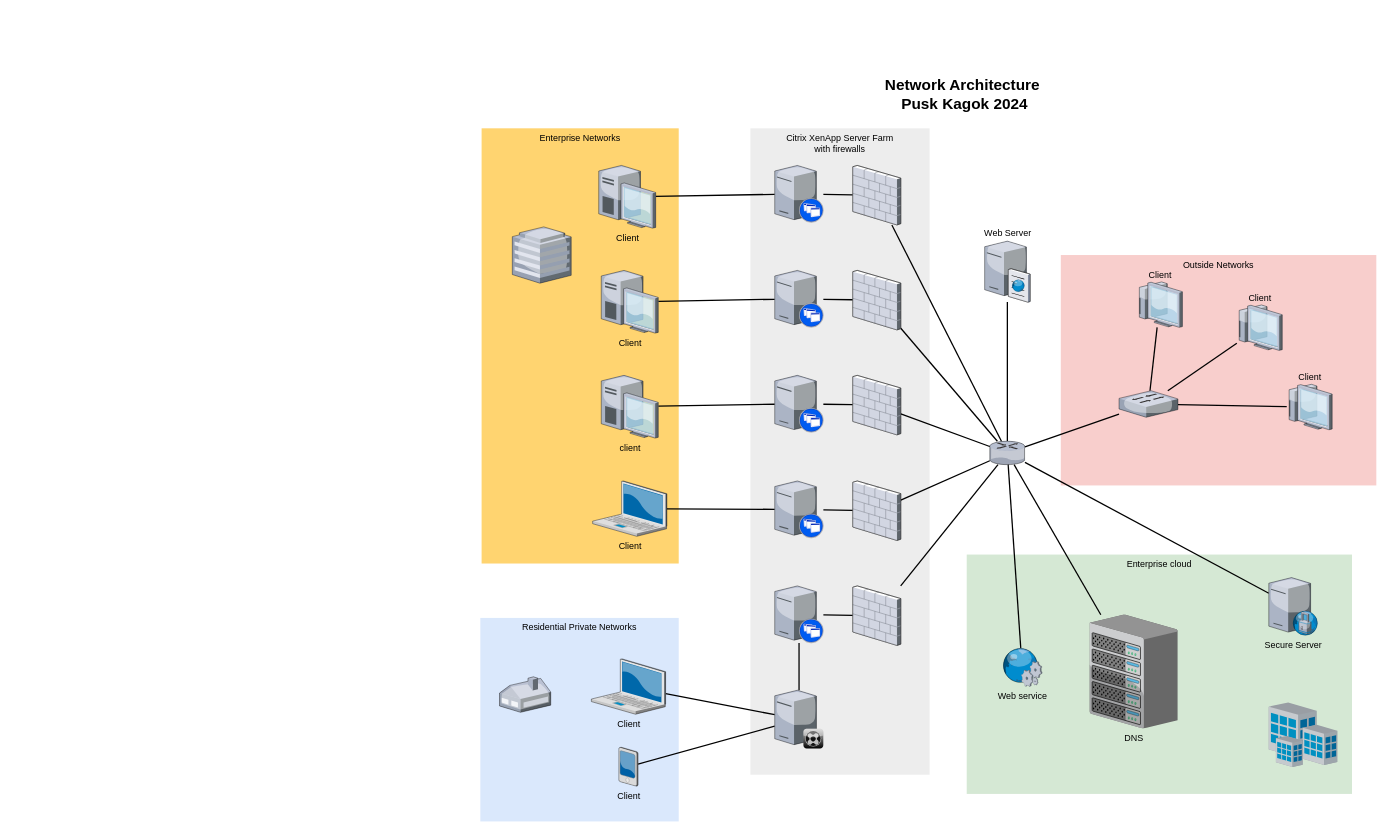
Above: Untitled Diagram.drawio in dindahusnaa/DindaHusnaa (draw.io), before the change. Source tidied: cells renumbered, new cells numbered last; positions are measured from the earlier drawing's top-left corner, leaving out a move shared by most shapes. Both pictures are drawn from the tidied source at 64%, with x=0, y=0 at pixel (480, 78).
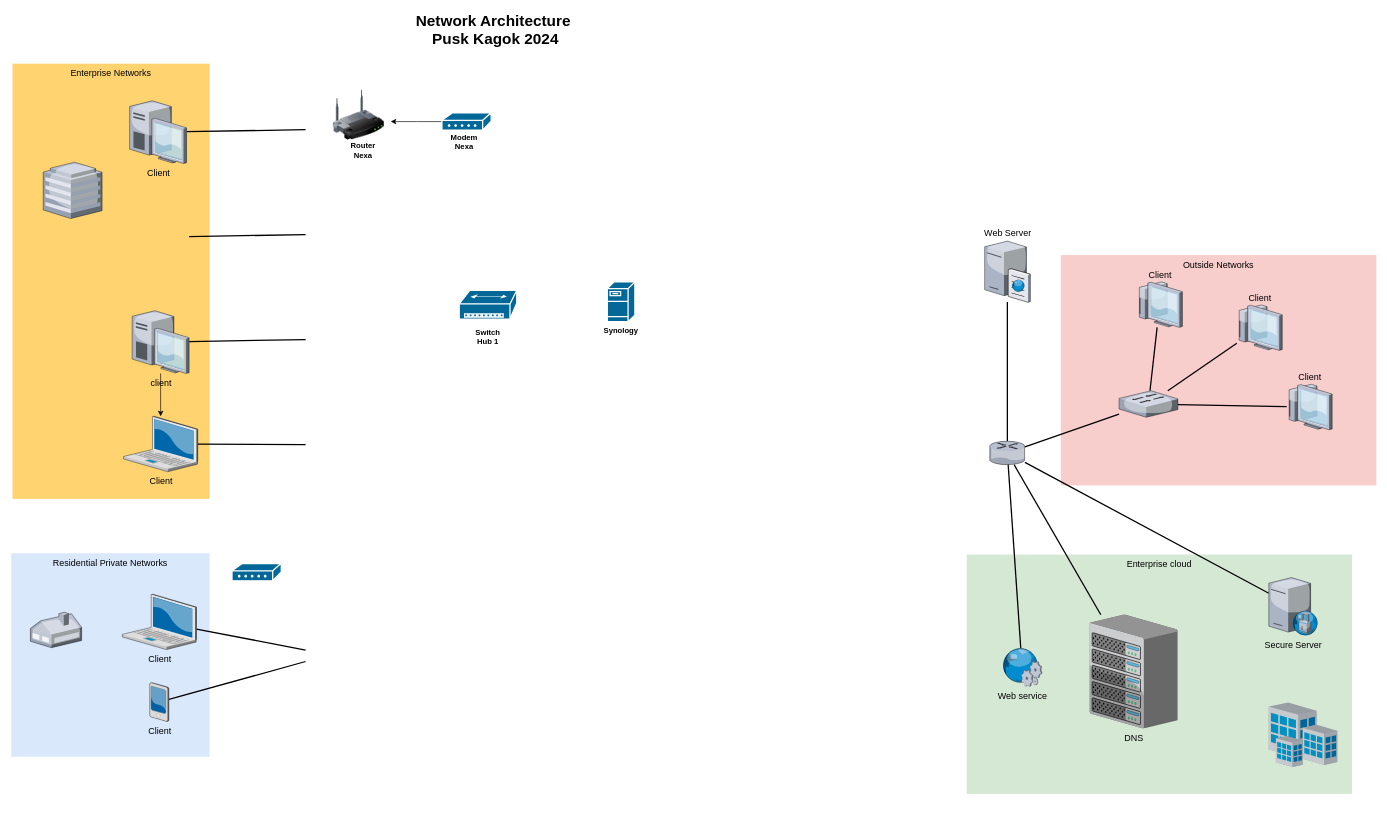
The same page after the edit.

Unchanged cells that the change refers to:
```xml
<mxCell id="33" style="verticalLabelPosition=bottom;html=1;verticalAlign=top;strokeColor=none;shape=mxgraph.citrix.router;fillColor=#66B2FF;gradientColor=#0066CC;fontSize=14;" parent="1" vertex="1">
  <mxGeometry x="796" y="567" width="55" height="36.5" as="geometry" />
</mxCell>
```

Diff of the diagram source:
```diff
@@
-    <mxCell id="4" value="Citrix XenApp Server Farm&lt;div&gt;with firewalls&lt;/div&gt;" style="whiteSpace=wrap;html=1;fillColor=#EDEDED;fontSize=14;strokeColor=none;verticalAlign=top;" parent="1" vertex="1">
-      <mxGeometry x="422" y="78" width="280" height="1010" as="geometry" />
-    </mxCell>
     <mxCell id="5" value="Residential Private Networks" style="whiteSpace=wrap;html=1;fillColor=#dae8fc;fontSize=14;strokeColor=none;verticalAlign=top;" parent="1" vertex="1">
-      <mxGeometry y="843" width="310" height="318" as="geometry" />
+      <mxGeometry x="-733" y="742" width="310" height="318" as="geometry" />
     </mxCell>
     <mxCell id="6" value="Enterprise Networks" style="whiteSpace=wrap;html=1;fillColor=#FFD470;gradientColor=none;fontSize=14;strokeColor=none;verticalAlign=top;" parent="1" vertex="1">
-      <mxGeometry x="2" y="78" width="308" height="680" as="geometry" />
+      <mxGeometry x="-731" y="-23" width="308" height="680" as="geometry" />
     </mxCell>
-    <mxCell id="7" style="edgeStyle=none;rounded=0;html=1;startSize=10;endSize=10;jettySize=auto;fontSize=14;endArrow=none;endFill=0;strokeWidth=2;" parent="1" edge="1" source="8" target="35">
-      <mxGeometry relative="1" as="geometry" />
+    <mxCell id="7" style="edgeStyle=none;rounded=0;html=1;startSize=10;endSize=10;jettySize=auto;fontSize=14;endArrow=none;endFill=0;strokeWidth=2;" parent="1" edge="1" source="8">
+      <mxGeometry relative="1" as="geometry">
+        <mxPoint x="-273" y="893.2" as="targetPoint" />
+      </mxGeometry>
     </mxCell>
     <mxCell id="8" value="Client" style="verticalLabelPosition=bottom;html=1;verticalAlign=top;strokeColor=none;shape=mxgraph.citrix.laptop_2;fillColor=#66B2FF;gradientColor=#0066CC;fontSize=14;" parent="1" vertex="1">
-      <mxGeometry x="173.5" y="907" width="116" height="86.5" as="geometry" />
+      <mxGeometry x="-559.5" y="806" width="116" height="86.5" as="geometry" />
     </mxCell>
-    <mxCell id="9" style="edgeStyle=none;rounded=0;html=1;startSize=10;endSize=10;jettySize=auto;fontSize=14;endArrow=none;endFill=0;strokeWidth=2;" parent="1" edge="1" source="10" target="22">
-      <mxGeometry relative="1" as="geometry" />
+    <mxCell id="9" style="edgeStyle=none;rounded=0;html=1;startSize=10;endSize=10;jettySize=auto;fontSize=14;endArrow=none;endFill=0;strokeWidth=2;" parent="1" edge="1" source="10">
+      <mxGeometry relative="1" as="geometry">
+        <mxPoint x="-273" y="572.3" as="targetPoint" />
+      </mxGeometry>
     </mxCell>
     <mxCell id="10" value="Client" style="verticalLabelPosition=bottom;html=1;verticalAlign=top;strokeColor=none;shape=mxgraph.citrix.laptop_2;fillColor=#66B2FF;gradientColor=#0066CC;fontSize=14;" parent="1" vertex="1">
-      <mxGeometry x="175.5" y="629" width="116" height="86.5" as="geometry" />
+      <mxGeometry x="-557.5" y="528" width="116" height="86.5" as="geometry" />
     </mxCell>
-    <mxCell id="11" style="edgeStyle=none;rounded=0;html=1;startSize=10;endSize=10;jettySize=auto;fontSize=14;endArrow=none;endFill=0;strokeWidth=2;" parent="1" edge="1" source="12" target="24">
-      <mxGeometry relative="1" as="geometry" />
+    <mxCell id="11" style="edgeStyle=none;rounded=0;html=1;startSize=10;endSize=10;jettySize=auto;fontSize=14;endArrow=none;endFill=0;strokeWidth=2;" parent="1" edge="1" source="12">
+      <mxGeometry relative="1" as="geometry">
+        <mxPoint x="-273" y="408.1" as="targetPoint" />
+      </mxGeometry>
     </mxCell>
+    <mxCell id="62" style="edgeStyle=orthogonalEdgeStyle;rounded=0;jettySize=auto;html=1;" parent="1" edge="1" source="12" target="10">
+      <mxGeometry relative="1" as="geometry" />
+    </mxCell>
     <mxCell id="12" value="client" style="verticalLabelPosition=bottom;html=1;verticalAlign=top;strokeColor=none;shape=mxgraph.citrix.desktop;fillColor=#66B2FF;gradientColor=#0066CC;fontSize=14;" parent="1" vertex="1">
-      <mxGeometry x="189" y="464" width="89" height="98" as="geometry" />
+      <mxGeometry x="-544" y="363" width="89" height="98" as="geometry" />
     </mxCell>
-    <mxCell id="13" style="edgeStyle=none;rounded=0;html=1;startSize=10;endSize=10;jettySize=auto;fontSize=14;endArrow=none;endFill=0;strokeWidth=2;" parent="1" edge="1" source="14" target="26">
-      <mxGeometry relative="1" as="geometry" />
+    <mxCell id="13" style="edgeStyle=none;rounded=0;html=1;startSize=10;endSize=10;jettySize=auto;orthogonalLoop=1;fontSize=14;endArrow=none;endFill=0;strokeWidth=2;" parent="1" edge="1">
+      <mxGeometry relative="1" as="geometry">
+        <mxPoint x="-455" y="247.2" as="sourcePoint" />
+        <mxPoint x="-273" y="244.1" as="targetPoint" />
+      </mxGeometry>
     </mxCell>
-    <mxCell id="14" value="Client" style="verticalLabelPosition=bottom;html=1;verticalAlign=top;strokeColor=none;shape=mxgraph.citrix.desktop;fillColor=#66B2FF;gradientColor=#0066CC;fontSize=14;" parent="1" vertex="1">
-      <mxGeometry x="189" y="300" width="89" height="98" as="geometry" />
-    </mxCell>
-    <mxCell id="15" style="edgeStyle=none;rounded=0;html=1;startSize=10;endSize=10;jettySize=auto;fontSize=14;endArrow=none;endFill=0;strokeWidth=2;" parent="1" edge="1" source="16" target="28">
-      <mxGeometry relative="1" as="geometry" />
+    <mxCell id="15" style="edgeStyle=none;rounded=0;html=1;startSize=10;endSize=10;jettySize=auto;fontSize=14;endArrow=none;endFill=0;strokeWidth=2;" parent="1" edge="1" source="16">
+      <mxGeometry relative="1" as="geometry">
+        <mxPoint x="-273" y="80.1" as="targetPoint" />
+      </mxGeometry>
     </mxCell>
     <mxCell id="16" value="Client" style="verticalLabelPosition=bottom;html=1;verticalAlign=top;strokeColor=none;shape=mxgraph.citrix.desktop;fillColor=#66B2FF;gradientColor=#0066CC;fontSize=14;" parent="1" vertex="1">
-      <mxGeometry x="185" y="136" width="89" height="98" as="geometry" />
+      <mxGeometry x="-548" y="35" width="89" height="98" as="geometry" />
     </mxCell>
-    <mxCell id="17" style="edgeStyle=none;rounded=0;html=1;startSize=10;endSize=10;jettySize=auto;fontSize=14;endArrow=none;endFill=0;strokeWidth=2;" parent="1" edge="1" source="18" target="35">
-      <mxGeometry relative="1" as="geometry" />
+    <mxCell id="17" style="edgeStyle=none;rounded=0;html=1;startSize=10;endSize=10;jettySize=auto;fontSize=14;endArrow=none;endFill=0;strokeWidth=2;" parent="1" edge="1" source="18">
+      <mxGeometry relative="1" as="geometry">
+        <mxPoint x="-273" y="911.1" as="targetPoint" />
+      </mxGeometry>
     </mxCell>
     <mxCell id="18" value="Client" style="verticalLabelPosition=bottom;html=1;verticalAlign=top;strokeColor=none;shape=mxgraph.citrix.pda;fillColor=#66B2FF;gradientColor=#0066CC;fontSize=14;" parent="1" vertex="1">
-      <mxGeometry x="216.5" y="1045" width="30" height="61" as="geometry" />
+      <mxGeometry x="-516.5" y="944" width="30" height="61" as="geometry" />
     </mxCell>
-    <mxCell id="19" style="edgeStyle=none;rounded=0;html=1;startSize=10;endSize=10;jettySize=auto;fontSize=14;endArrow=none;endFill=0;strokeWidth=2;" parent="1" edge="1" source="20" target="47">
-      <mxGeometry relative="1" as="geometry" />
-    </mxCell>
-    <mxCell id="20" style="verticalLabelPosition=bottom;html=1;verticalAlign=top;strokeColor=none;shape=mxgraph.citrix.xenapp_server;fillColor=#66B2FF;gradientColor=#0066CC;fontSize=14;" parent="1" vertex="1">
-      <mxGeometry x="460" y="793" width="76" height="89" as="geometry" />
-    </mxCell>
-    <mxCell id="21" style="edgeStyle=none;rounded=0;html=1;startSize=10;endSize=10;jettySize=auto;fontSize=14;endArrow=none;endFill=0;strokeWidth=2;" parent="1" edge="1" source="22" target="45">
-      <mxGeometry relative="1" as="geometry" />
-    </mxCell>
-    <mxCell id="22" style="verticalLabelPosition=bottom;html=1;verticalAlign=top;strokeColor=none;shape=mxgraph.citrix.xenapp_server;fillColor=#66B2FF;gradientColor=#0066CC;fontSize=14;" parent="1" vertex="1">
-      <mxGeometry x="460" y="629" width="76" height="89" as="geometry" />
-    </mxCell>
-    <mxCell id="23" style="edgeStyle=none;rounded=0;html=1;startSize=10;endSize=10;jettySize=auto;fontSize=14;endArrow=none;endFill=0;strokeWidth=2;" parent="1" edge="1" source="24" target="43">
-      <mxGeometry relative="1" as="geometry" />
-    </mxCell>
-    <mxCell id="24" style="verticalLabelPosition=bottom;html=1;verticalAlign=top;strokeColor=none;shape=mxgraph.citrix.xenapp_server;fillColor=#66B2FF;gradientColor=#0066CC;fontSize=14;" parent="1" vertex="1">
-      <mxGeometry x="460" y="464" width="76" height="89" as="geometry" />
-    </mxCell>
-    <mxCell id="25" style="edgeStyle=none;rounded=0;html=1;startSize=10;endSize=10;jettySize=auto;fontSize=14;endArrow=none;endFill=0;strokeWidth=2;" parent="1" edge="1" source="26" target="41">
-      <mxGeometry relative="1" as="geometry" />
-    </mxCell>
-    <mxCell id="26" style="verticalLabelPosition=bottom;html=1;verticalAlign=top;strokeColor=none;shape=mxgraph.citrix.xenapp_server;fillColor=#66B2FF;gradientColor=#0066CC;fontSize=14;" parent="1" vertex="1">
-      <mxGeometry x="460" y="300" width="76" height="89" as="geometry" />
-    </mxCell>
-    <mxCell id="27" style="edgeStyle=none;rounded=0;html=1;startSize=10;endSize=10;jettySize=auto;fontSize=14;endArrow=none;endFill=0;strokeWidth=2;" parent="1" edge="1" source="28" target="39">
-      <mxGeometry relative="1" as="geometry" />
-    </mxCell>
-    <mxCell id="28" style="verticalLabelPosition=bottom;html=1;verticalAlign=top;strokeColor=none;shape=mxgraph.citrix.xenapp_server;fillColor=#66B2FF;gradientColor=#0066CC;fontSize=14;" parent="1" vertex="1">
-      <mxGeometry x="460" y="136" width="76" height="89" as="geometry" />
-    </mxCell>
@@
-    <mxCell id="34" style="edgeStyle=none;rounded=0;html=1;startSize=10;endSize=10;jettySize=auto;fontSize=14;endArrow=none;endFill=0;strokeWidth=2;" parent="1" edge="1" source="35" target="20">
-      <mxGeometry relative="1" as="geometry" />
-    </mxCell>
-    <mxCell id="35" style="verticalLabelPosition=bottom;html=1;verticalAlign=top;strokeColor=none;shape=mxgraph.citrix.xenclient_synchronizer;fillColor=#CCCCCC;gradientColor=#000000;gradientDirection=south;fontSize=14;" parent="1" vertex="1">
-      <mxGeometry x="460" y="956" width="76" height="91" as="geometry" />
-    </mxCell>
@@
-    <mxCell id="38" style="edgeStyle=none;rounded=0;html=1;startSize=10;endSize=10;jettySize=auto;fontSize=14;endArrow=none;endFill=0;strokeWidth=2;" parent="1" edge="1" source="39" target="33">
-      <mxGeometry relative="1" as="geometry" />
-    </mxCell>
-    <mxCell id="39" style="verticalLabelPosition=bottom;html=1;verticalAlign=top;strokeColor=none;shape=mxgraph.citrix.firewall;fillColor=#66B2FF;gradientColor=#0066CC;fontSize=14;" parent="1" vertex="1">
-      <mxGeometry x="582" y="136" width="75" height="93" as="geometry" />
-    </mxCell>
-    <mxCell id="40" style="edgeStyle=none;rounded=0;html=1;startSize=10;endSize=10;jettySize=auto;fontSize=14;endArrow=none;endFill=0;strokeWidth=2;" parent="1" edge="1" source="41" target="33">
-      <mxGeometry relative="1" as="geometry" />
-    </mxCell>
-    <mxCell id="41" style="verticalLabelPosition=bottom;html=1;verticalAlign=top;strokeColor=none;shape=mxgraph.citrix.firewall;fillColor=#66B2FF;gradientColor=#0066CC;fontSize=14;" parent="1" vertex="1">
-      <mxGeometry x="582" y="300" width="75" height="93" as="geometry" />
-    </mxCell>
-    <mxCell id="42" style="edgeStyle=none;rounded=0;html=1;startSize=10;endSize=10;jettySize=auto;fontSize=14;endArrow=none;endFill=0;strokeWidth=2;" parent="1" edge="1" source="43" target="33">
-      <mxGeometry relative="1" as="geometry" />
-    </mxCell>
-    <mxCell id="43" style="verticalLabelPosition=bottom;html=1;verticalAlign=top;strokeColor=none;shape=mxgraph.citrix.firewall;fillColor=#66B2FF;gradientColor=#0066CC;fontSize=14;" parent="1" vertex="1">
-      <mxGeometry x="582" y="464" width="75" height="93" as="geometry" />
-    </mxCell>
-    <mxCell id="44" style="edgeStyle=none;rounded=0;html=1;startSize=10;endSize=10;jettySize=auto;fontSize=14;endArrow=none;endFill=0;strokeWidth=2;" parent="1" edge="1" source="45" target="33">
-      <mxGeometry relative="1" as="geometry" />
-    </mxCell>
-    <mxCell id="45" style="verticalLabelPosition=bottom;html=1;verticalAlign=top;strokeColor=none;shape=mxgraph.citrix.firewall;fillColor=#66B2FF;gradientColor=#0066CC;fontSize=14;" parent="1" vertex="1">
-      <mxGeometry x="582" y="629" width="75" height="93" as="geometry" />
-    </mxCell>
-    <mxCell id="46" style="edgeStyle=none;rounded=0;html=1;startSize=10;endSize=10;jettySize=auto;fontSize=14;endArrow=none;endFill=0;strokeWidth=2;" parent="1" edge="1" source="47" target="33">
-      <mxGeometry relative="1" as="geometry" />
-    </mxCell>
-    <mxCell id="47" style="verticalLabelPosition=bottom;html=1;verticalAlign=top;strokeColor=none;shape=mxgraph.citrix.firewall;fillColor=#66B2FF;gradientColor=#0066CC;fontSize=14;" parent="1" vertex="1">
-      <mxGeometry x="582" y="793" width="75" height="93" as="geometry" />
-    </mxCell>
     <mxCell id="48" style="verticalLabelPosition=bottom;html=1;verticalAlign=top;strokeColor=none;shape=mxgraph.citrix.home_office;fillColor=#66B2FF;gradientColor=#0066CC;fontSize=14;" parent="1" vertex="1">
-      <mxGeometry x="30" y="935" width="80" height="55.5" as="geometry" />
+      <mxGeometry x="-703" y="834" width="80" height="55.5" as="geometry" />
     </mxCell>
     <mxCell id="49" style="verticalLabelPosition=bottom;html=1;verticalAlign=top;strokeColor=none;shape=mxgraph.citrix.hq_enterprise;fillColor=#66B2FF;gradientColor=#0066CC;fontSize=14;" parent="1" vertex="1">
-      <mxGeometry x="50" y="232" width="92" height="88" as="geometry" />
+      <mxGeometry x="-683" y="131" width="92" height="88" as="geometry" />
     </mxCell>
@@
     <mxCell id="61" value="&lt;div&gt;Network Architecture&lt;/div&gt;&lt;div&gt;&amp;nbsp;Pusk Kagok 2024 &lt;/div&gt;" style="text;strokeColor=none;fillColor=none;html=1;fontSize=24;fontStyle=1;verticalAlign=middle;align=center;" parent="1" vertex="1">
-      <mxGeometry x="322" width="861" height="50" as="geometry" />
+      <mxGeometry x="-411" y="-101" width="861" height="50" as="geometry" />
     </mxCell>
+    <mxCell id="63" style="shape=mxgraph.cisco.hubs_and_gateways.small_hub;sketch=0;html=1;dashed=0;fillColor=#036897;strokeColor=#ffffff;strokeWidth=2;verticalLabelPosition=bottom;verticalAlign=top;align=center;" parent="1" vertex="1">
+      <mxGeometry x="-33" y="331" width="90" height="45" as="geometry" />
+    </mxCell>
+    <mxCell id="64" style="shape=mxgraph.cisco.modems_and_phones.modem;sketch=0;html=1;dashed=0;fillColor=#036897;strokeColor=#ffffff;strokeWidth=2;verticalLabelPosition=bottom;verticalAlign=top;align=center;" parent="1" vertex="1">
+      <mxGeometry x="-388" y="758" width="77" height="27" as="geometry" />
+    </mxCell>
+    <mxCell id="65" style="shape=mxgraph.cisco.servers.fileserver;sketch=0;html=1;dashed=0;fillColor=#036897;strokeColor=#ffffff;strokeWidth=2;verticalLabelPosition=bottom;verticalAlign=top;align=center;" parent="1" vertex="1">
+      <mxGeometry x="198.5" y="318" width="43" height="62" as="geometry" />
+    </mxCell>
+    <mxCell id="66" value="&lt;b&gt;Synology&lt;/b&gt;" style="text;html=1;strokeColor=none;fillColor=none;align=center;verticalAlign=middle;whiteSpace=wrap;rounded=0;" parent="1" vertex="1">
+      <mxGeometry x="190" y="380" width="60" height="30" as="geometry" />
+    </mxCell>
+    <mxCell id="67" value="&lt;b&gt;Switch Hub 1&lt;br&gt;&lt;/b&gt;" style="text;html=1;strokeColor=none;fillColor=none;align=center;verticalAlign=middle;whiteSpace=wrap;rounded=0;" parent="1" vertex="1">
+      <mxGeometry x="-18" y="389" width="60" height="30" as="geometry" />
+    </mxCell>
+    <mxCell id="68" style="edgeStyle=orthogonalEdgeStyle;rounded=0;jettySize=auto;html=1;" parent="1" edge="1" source="69">
+      <mxGeometry relative="1" as="geometry">
+        <mxPoint x="-140" y="67.5" as="targetPoint" />
+      </mxGeometry>
+    </mxCell>
+    <mxCell id="69" style="shape=mxgraph.cisco.modems_and_phones.modem;html=1;dashed=0;fillColor=#036897;strokeColor=#ffffff;strokeWidth=2;verticalLabelPosition=bottom;verticalAlign=top;align=center;outlineConnect=0;" parent="1" vertex="1">
+      <mxGeometry x="-60" y="54" width="77" height="27" as="geometry" />
+    </mxCell>
+    <mxCell id="70" value="&lt;b&gt;Modem Nexa&lt;br&gt;&lt;/b&gt;" style="text;html=1;strokeColor=none;fillColor=none;align=center;verticalAlign=middle;whiteSpace=wrap;rounded=0;" parent="1" vertex="1">
+      <mxGeometry x="-55.5" y="84" width="60" height="30" as="geometry" />
+    </mxCell>
+    <mxCell id="71" style="image;html=1;image=img/lib/clip_art/networking/Wireless_Router_128x128.png;" parent="1" vertex="1">
+      <mxGeometry x="-230" y="17.5" width="80" height="80" as="geometry" />
+    </mxCell>
+    <mxCell id="72" value="&lt;b&gt;Router Nexa&lt;br&gt;&lt;/b&gt;" style="text;html=1;strokeColor=none;fillColor=none;align=center;verticalAlign=middle;whiteSpace=wrap;rounded=0;" parent="1" vertex="1">
+      <mxGeometry x="-213" y="97.5" width="60" height="30" as="geometry" />
+    </mxCell>
```
